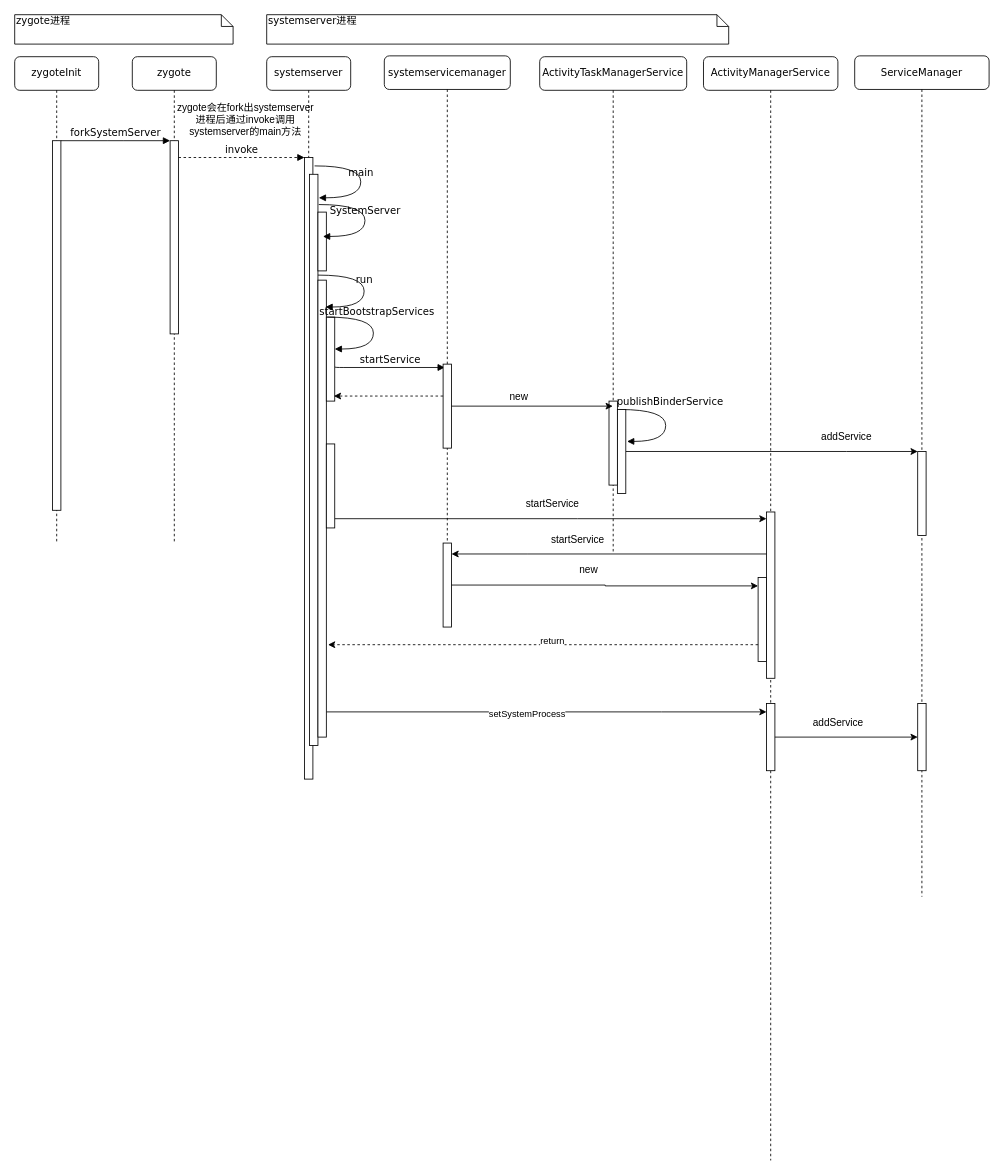
Above: page "AMS的启动" (1 of 2) of Untitled Diagram.drawio in bocurry/bocurry (draw.io), before the change. Source tidied: cells renumbered, new cells numbered last; positions are measured from the earlier drawing's top-left corner, leaving out a move shared by most shapes. Both pictures are drawn from the tidied source at 84%, with x=0, y=0 at pixel (14, 14).
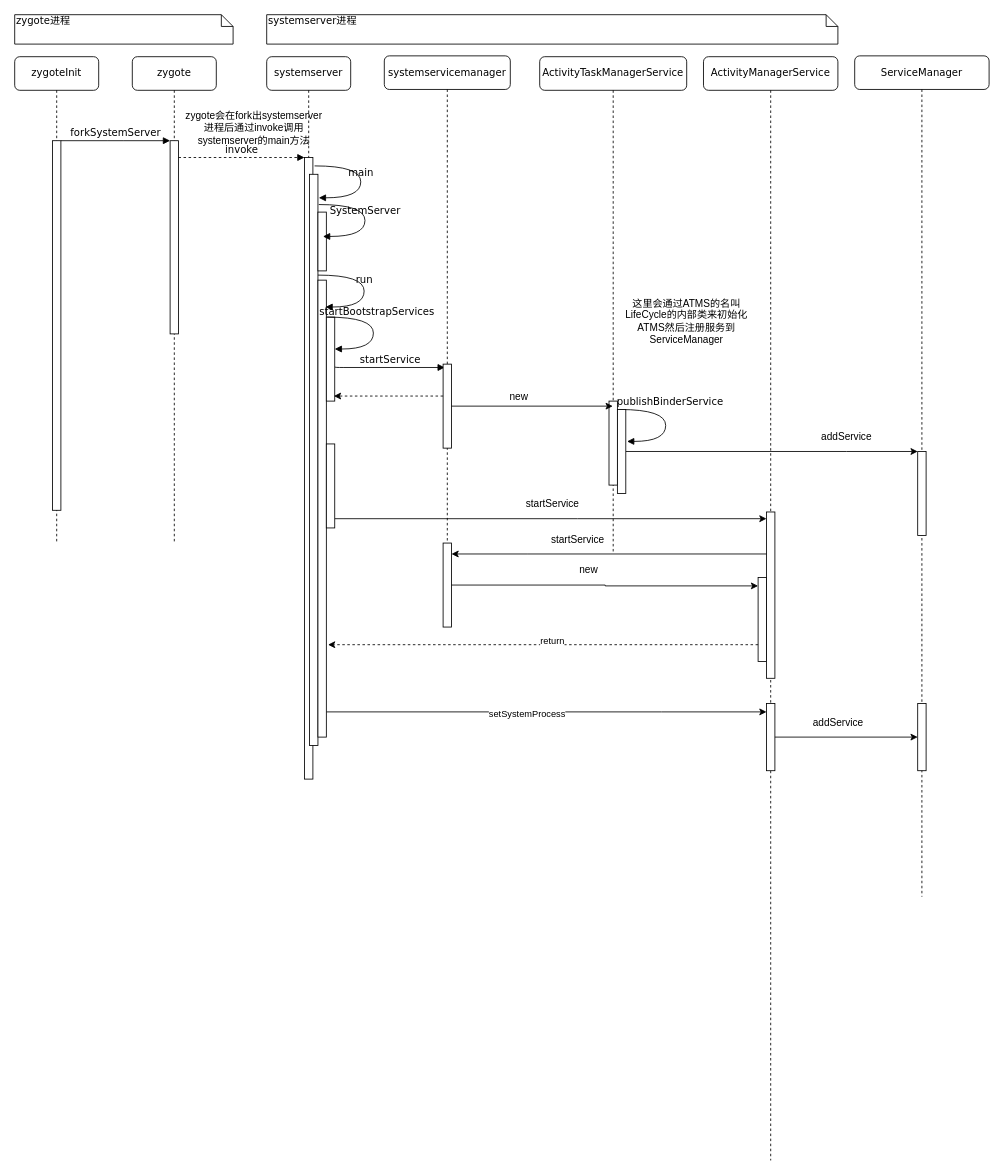
Above is the later version.

What changed in the source:
```diff
@@
     <mxCell id="25" value="systemserver进程" style="shape=note;whiteSpace=wrap;html=1;size=14;verticalAlign=top;align=left;spacingTop=-6;rounded=0;shadow=0;comic=0;labelBackgroundColor=none;strokeWidth=1;fontFamily=Verdana;fontSize=12;" parent="1" vertex="1">
-      <mxGeometry x="300" width="550" height="35" as="geometry" />
+      <mxGeometry x="300" width="680" height="35" as="geometry" />
     </mxCell>
-    <mxCell id="26" value="zygote会在fork出systemserver进程后通过invoke调用systemserver的main方法" style="text;html=1;strokeColor=none;fillColor=none;align=center;verticalAlign=middle;whiteSpace=wrap;rounded=0;" parent="1" vertex="1">
-      <mxGeometry x="190" y="110" width="170" height="30" as="geometry" />
-    </mxCell>
@@
+    <mxCell id="54" value="zygote会在fork出systemserver进程后通过invoke调用systemserver的main方法" style="text;html=1;strokeColor=none;fillColor=none;align=center;verticalAlign=middle;whiteSpace=wrap;rounded=0;" parent="1" vertex="1">
+      <mxGeometry x="200" y="120" width="170" height="30" as="geometry" />
+    </mxCell>
+    <mxCell id="26" value="这里会通过ATMS的名叫LifeCycle的内部类来初始化ATMS然后注册服务到ServiceManager" style="text;html=1;strokeColor=none;fillColor=none;align=center;verticalAlign=middle;whiteSpace=wrap;rounded=0;" parent="1" vertex="1">
+      <mxGeometry x="715" y="350" width="170" height="30" as="geometry" />
+    </mxCell>
```
